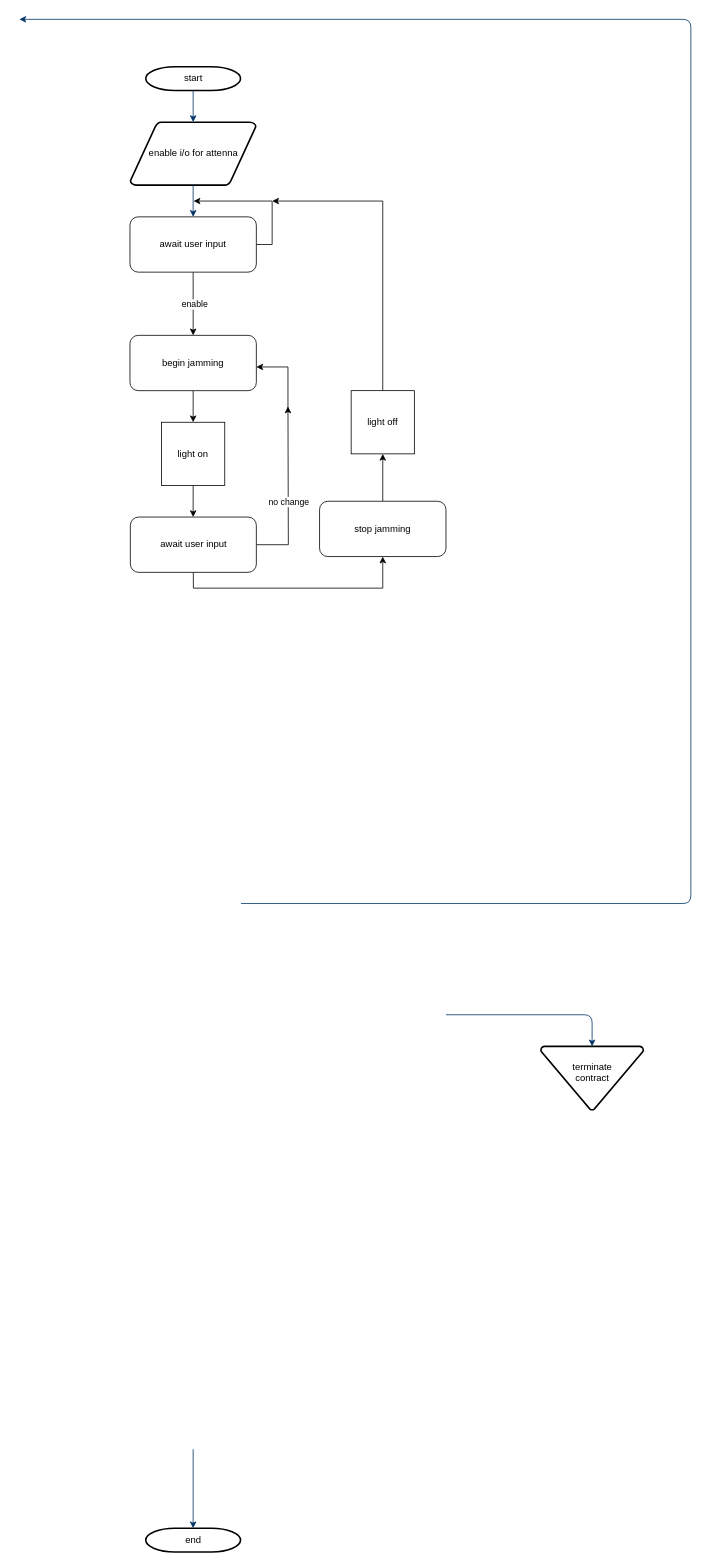
The draw.io diagram Flow Chart.drawio in prwilkin/CSE321-2.4GHz_Jammer, before the edit. Source tidied: cells renumbered, new cells numbered last; positions are measured from the earlier drawing's top-left corner, leaving out a move shared by most shapes. Both pictures are drawn from the tidied source at 79%, with x=0, y=0 at pixel (19, 19).
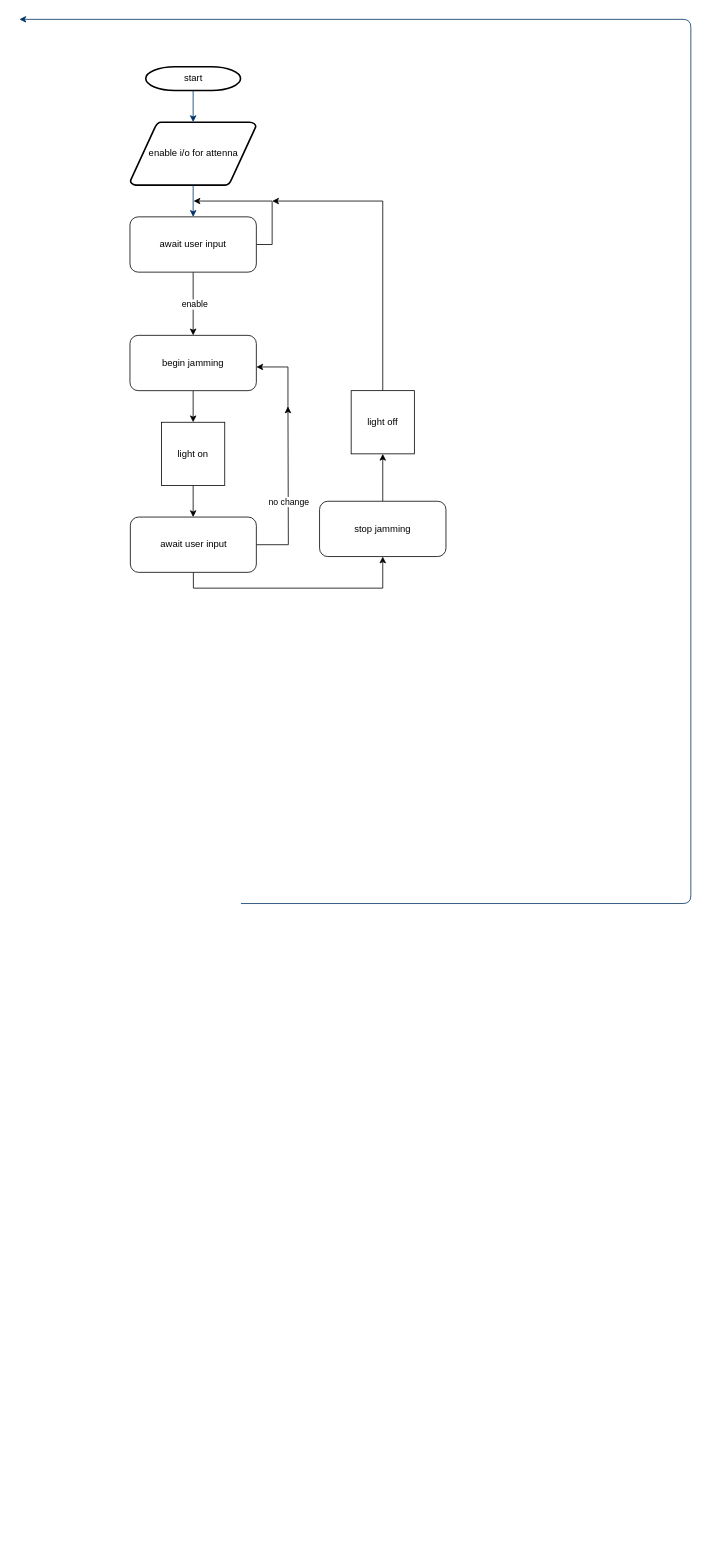
The same diagram, later.

What changed in the source:
```diff
@@
-    <mxCell id="6" value="terminate&#10;contract&#10;" style="shape=mxgraph.flowchart.merge_or_storage;strokeWidth=2;gradientColor=none;gradientDirection=north;fontStyle=0;html=1;" parent="1" vertex="1">
-      <mxGeometry x="660" y="1300" width="130" height="80.5" as="geometry" />
-    </mxCell>
-    <mxCell id="7" style="edgeStyle=elbowEdgeStyle;elbow=vertical;exitX=1;exitY=0.5;exitPerimeter=0;entryX=0.5;entryY=0;entryPerimeter=0;fontStyle=1;strokeColor=#003366;strokeWidth=1;html=1;" parent="1" edge="1" target="6">
-      <mxGeometry as="geometry">
-        <mxPoint x="540" y="1260" as="sourcePoint" />
-        <Array as="points">
-          <mxPoint x="640" y="1260" />
-        </Array>
-      </mxGeometry>
-    </mxCell>
-    <mxCell id="8" value="end" style="shape=mxgraph.flowchart.terminator;strokeWidth=2;gradientColor=none;gradientDirection=north;fontStyle=0;html=1;" parent="1" vertex="1">
-      <mxGeometry x="160" y="1910" width="120" height="30" as="geometry" />
-    </mxCell>
-    <mxCell id="9" style="edgeStyle=elbowEdgeStyle;elbow=vertical;exitX=0.5;exitY=1;exitPerimeter=0;entryX=0.5;entryY=0;entryPerimeter=0;fontStyle=1;strokeColor=#003366;strokeWidth=1;html=1;" parent="1" edge="1" target="8">
-      <mxGeometry as="geometry">
-        <mxPoint x="220" y="1810" as="sourcePoint" />
-      </mxGeometry>
-    </mxCell>
```
